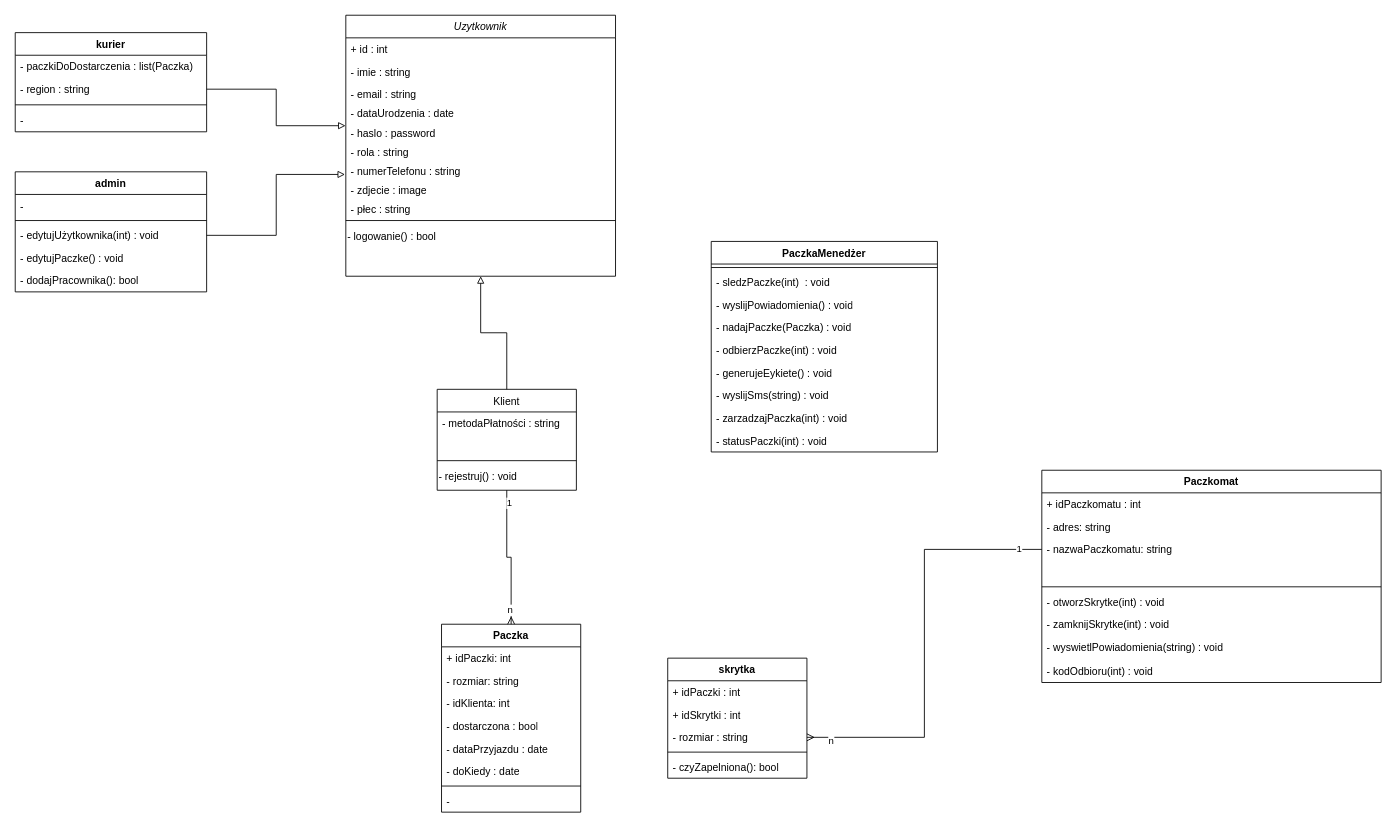
This is docs/klasy.drawio from xT3sl4/ViRoTePi, a draw.io file, before an edit. Source tidied: cells renumbered, new cells numbered last; positions are measured from the earlier drawing's top-left corner, leaving out a move shared by most shapes. Both pictures are drawn from the tidied source at 87%, with x=0, y=0 at pixel (15, 15).
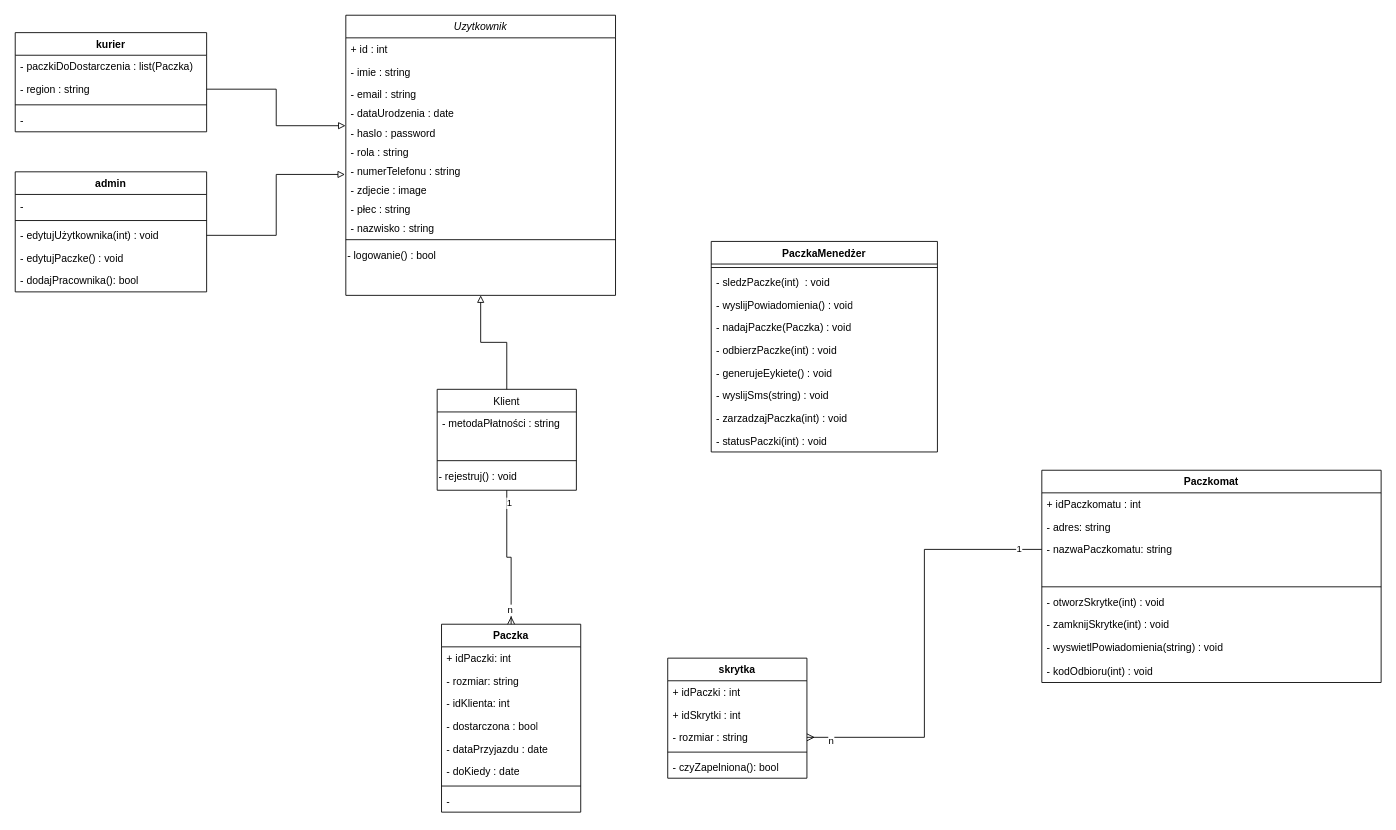
The same diagram, later.

What changed in the source:
```diff
@@
     <mxCell id="7" value="Uzytkownik&#10;" style="swimlane;fontStyle=2;align=center;verticalAlign=top;horizontal=1;startSize=26;rounded=0;shadow=0;strokeWidth=1;" parent="1" vertex="1">
-      <mxGeometry x="380" width="310" height="300" as="geometry" />
+      <mxGeometry x="380" width="310" height="322" as="geometry" />
     </mxCell>
@@
+    <mxCell id="75" value="- nazwisko : string" style="text;align=left;verticalAlign=top;spacingLeft=4;spacingRight=4;overflow=hidden;rounded=0;shadow=0;html=0;" parent="7" vertex="1">
+      <mxGeometry y="232" width="310" height="22" as="geometry" />
+    </mxCell>
     <mxCell id="17" style="line;html=1;strokeWidth=1;align=left;verticalAlign=middle;spacingTop=-1;spacingLeft=3;spacingRight=3;labelPosition=right;" parent="7" vertex="1">
-      <mxGeometry y="232" width="310" height="8" as="geometry" />
+      <mxGeometry y="254" width="310" height="8" as="geometry" />
     </mxCell>
     <mxCell id="18" value="- logowanie() : bool" style="text;html=1;align=left;verticalAlign=middle;strokeColor=none;fillColor=none;" parent="7" vertex="1">
-      <mxGeometry y="240" width="310" height="30" as="geometry" />
+      <mxGeometry y="262" width="310" height="30" as="geometry" />
     </mxCell>
     <mxCell id="19" style="text;html=1;align=left;verticalAlign=middle;points=[];strokeColor=none;fillColor=none;" parent="7" vertex="1">
-      <mxGeometry y="270" width="310" height="30" as="geometry" />
+      <mxGeometry y="292" width="310" height="30" as="geometry" />
     </mxCell>
```
